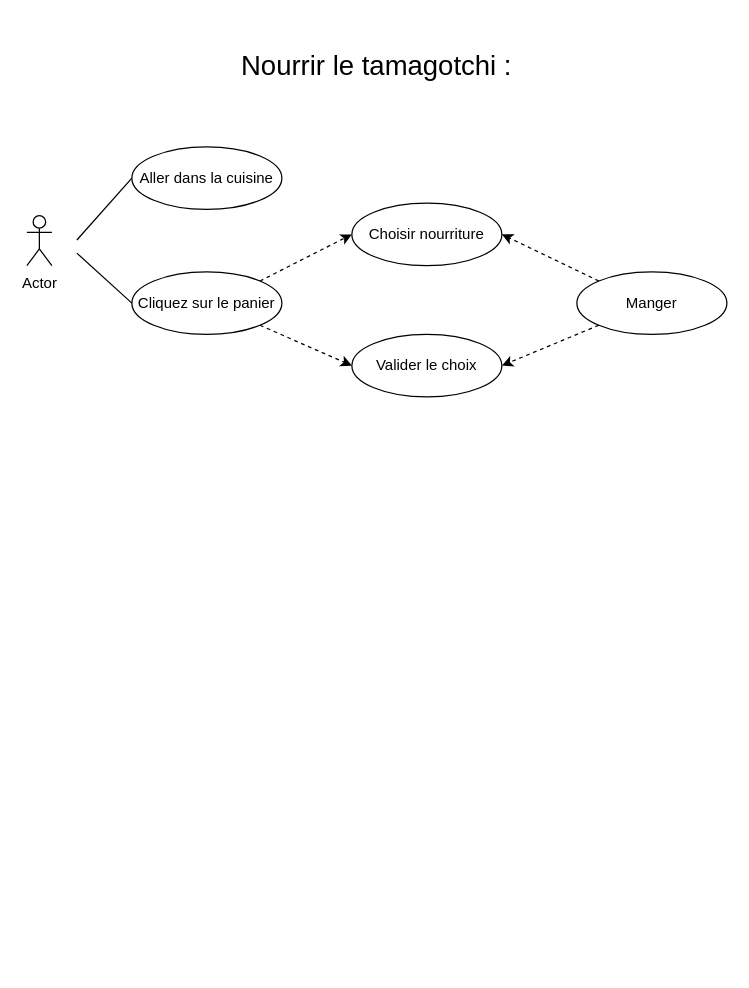
BMaurice56/Tamagotchi keeps this draw.io diagram as page "Page-2" (2 of 2) of DiagramCasUtilisation.drawio. Above is the earlier version. Source tidied: cells renumbered, new cells numbered last; positions are measured from the earlier drawing's top-left corner, leaving out a move shared by most shapes. Both pictures are drawn from the tidied source at 125%, with x=0, y=0 at pixel (26, 21).
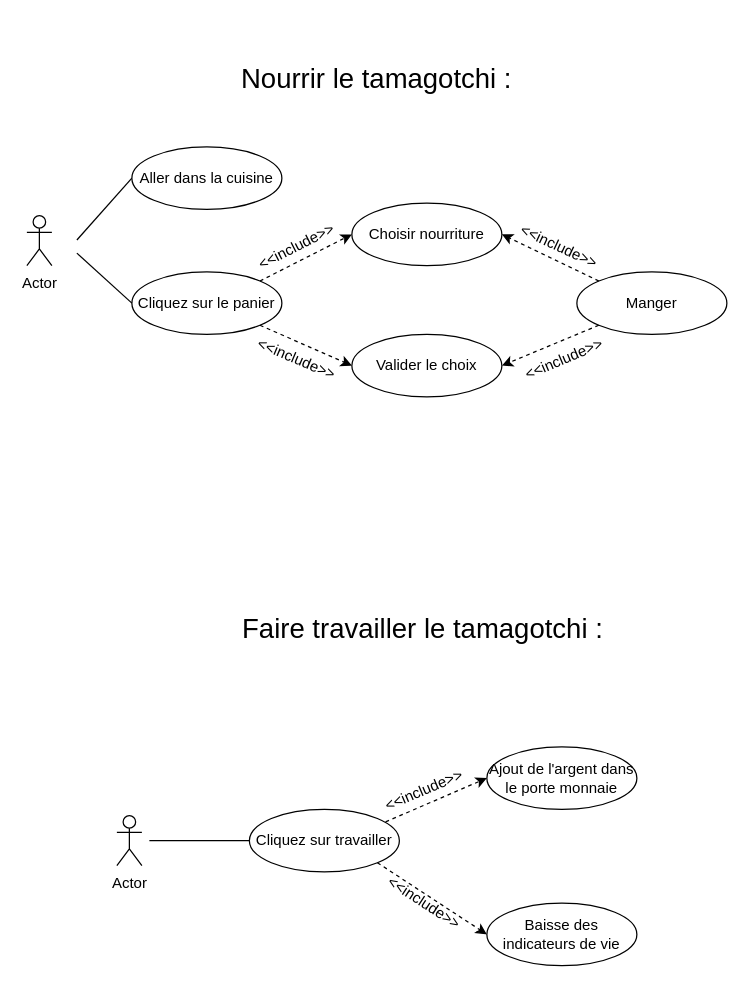
The same diagram, later.

What changed in the source:
```diff
@@
     <mxCell id="7" value="&lt;span style=&quot;font-size: 22px;&quot;&gt;Nourrir le tamagotchi :&lt;/span&gt;" style="text;html=1;strokeColor=none;fillColor=none;align=center;verticalAlign=middle;whiteSpace=wrap;rounded=0;" parent="1" vertex="1">
-      <mxGeometry x="120" width="320" height="71.8" as="geometry" />
+      <mxGeometry x="120" y="10" width="320" height="71.8" as="geometry" />
     </mxCell>
@@
+    <mxCell id="15" value="Actor" style="shape=umlActor;verticalLabelPosition=bottom;verticalAlign=top;html=1;" parent="1" vertex="1">
+      <mxGeometry x="72" y="635" width="20" height="40" as="geometry" />
+    </mxCell>
+    <mxCell id="16" value="&lt;span style=&quot;font-size: 22px;&quot;&gt;Faire travailler le tamagotchi :&amp;nbsp;&lt;/span&gt;" style="text;html=1;strokeColor=none;fillColor=none;align=center;verticalAlign=middle;whiteSpace=wrap;rounded=0;" parent="1" vertex="1">
+      <mxGeometry x="160" y="450" width="320" height="71.8" as="geometry" />
+    </mxCell>
+    <mxCell id="17" value="Cliquez sur travailler" style="ellipse;whiteSpace=wrap;html=1;" parent="1" vertex="1">
+      <mxGeometry x="178" y="630" width="120" height="50" as="geometry" />
+    </mxCell>
+    <mxCell id="18" style="endArrow=none;html=1;rounded=0;exitX=0;exitY=0.5;exitDx=0;exitDy=0;" parent="1" edge="1" source="17">
+      <mxGeometry relative="1" as="geometry">
+        <mxPoint x="98" y="655" as="targetPoint" />
+      </mxGeometry>
+    </mxCell>
+    <mxCell id="19" value="Ajout de l'argent dans le porte monnaie" style="ellipse;whiteSpace=wrap;html=1;" parent="1" vertex="1">
+      <mxGeometry x="368" y="580" width="120" height="50" as="geometry" />
+    </mxCell>
+    <mxCell id="20" value="&amp;lt;&amp;lt;include&amp;gt;&amp;gt;" style="text;html=1;strokeColor=none;fillColor=none;align=center;verticalAlign=middle;whiteSpace=wrap;rounded=0;rotation=25;" parent="1" vertex="1">
+      <mxGeometry x="396" y="160" width="60" height="40" as="geometry" />
+    </mxCell>
+    <mxCell id="21" value="&amp;lt;&amp;lt;include&amp;gt;&amp;gt;" style="text;html=1;strokeColor=none;fillColor=none;align=center;verticalAlign=middle;whiteSpace=wrap;rounded=0;rotation=23;" parent="1" vertex="1">
+      <mxGeometry x="186" y="250" width="60" height="40" as="geometry" />
+    </mxCell>
+    <mxCell id="22" value="&amp;lt;&amp;lt;include&amp;gt;&amp;gt;" style="text;html=1;strokeColor=none;fillColor=none;align=center;verticalAlign=middle;whiteSpace=wrap;rounded=0;rotation=-27;" parent="1" vertex="1">
+      <mxGeometry x="186" y="160" width="60" height="40" as="geometry" />
+    </mxCell>
+    <mxCell id="23" value="&amp;lt;&amp;lt;include&amp;gt;&amp;gt;" style="text;html=1;strokeColor=none;fillColor=none;align=center;verticalAlign=middle;whiteSpace=wrap;rounded=0;rotation=-23;" parent="1" vertex="1">
+      <mxGeometry x="400.1" y="260" width="60" height="20" as="geometry" />
+    </mxCell>
+    <mxCell id="24" style="endArrow=classic;html=1;rounded=0;dashed=1;exitX=0.908;exitY=0.2;exitDx=0;exitDy=0;exitPerimeter=0;entryX=0;entryY=0.5;entryDx=0;entryDy=0;" parent="1" edge="1" source="17" target="19">
+      <mxGeometry relative="1" as="geometry" />
+    </mxCell>
+    <mxCell id="25" value="&amp;lt;&amp;lt;include&amp;gt;&amp;gt;" style="text;html=1;strokeColor=none;fillColor=none;align=center;verticalAlign=middle;whiteSpace=wrap;rounded=0;rotation=-23;" parent="1" vertex="1">
+      <mxGeometry x="288" y="605" width="60" height="20" as="geometry" />
+    </mxCell>
+    <mxCell id="26" value="&amp;lt;&amp;lt;include&amp;gt;&amp;gt;" style="text;html=1;strokeColor=none;fillColor=none;align=center;verticalAlign=middle;whiteSpace=wrap;rounded=0;rotation=33;" parent="1" vertex="1">
+      <mxGeometry x="288" y="695" width="60" height="20" as="geometry" />
+    </mxCell>
+    <mxCell id="27" style="endArrow=classic;html=1;rounded=0;dashed=1;exitX=1;exitY=1;exitDx=0;exitDy=0;entryX=0;entryY=0.5;entryDx=0;entryDy=0;" parent="1" edge="1" source="17" target="28">
+      <mxGeometry relative="1" as="geometry" />
+    </mxCell>
+    <mxCell id="28" value="Baisse des indicateurs de vie" style="ellipse;whiteSpace=wrap;html=1;" parent="1" vertex="1">
+      <mxGeometry x="368" y="705" width="120" height="50" as="geometry" />
+    </mxCell>
```
